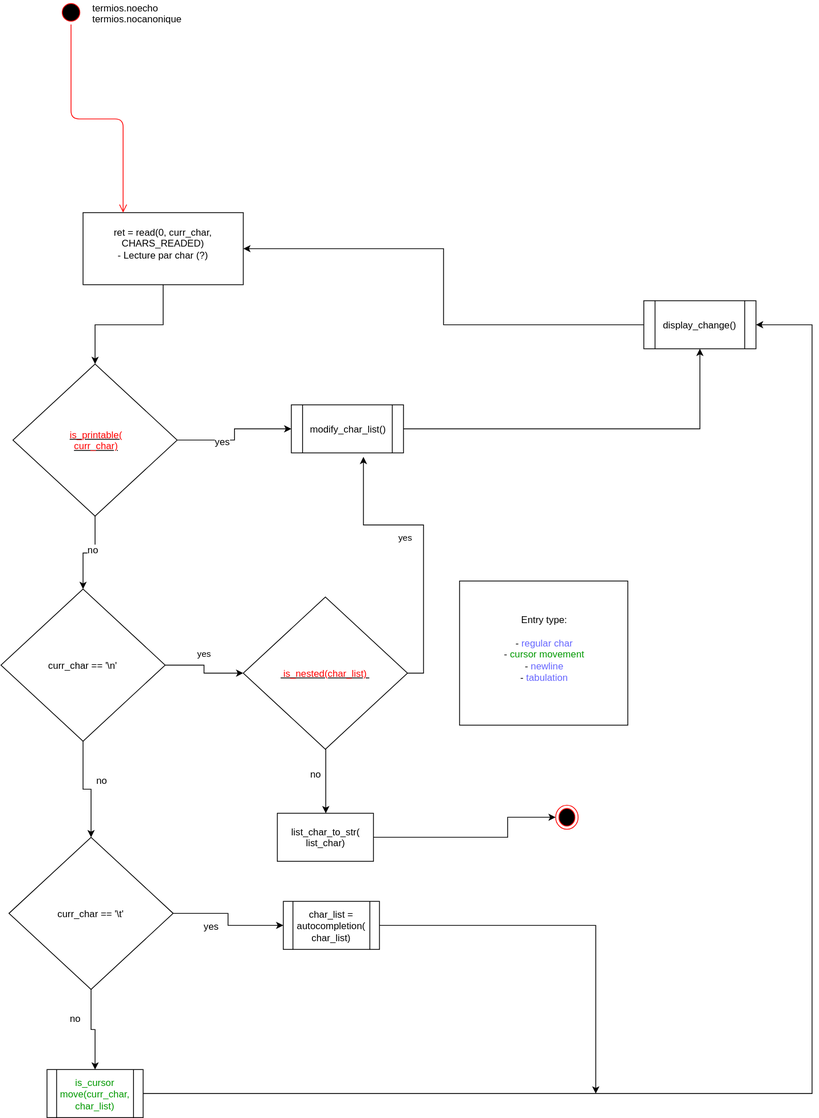
Above: key_manager_tmpsh.svg in poggioenzo/tmpsh (draw.io), before the change. Source tidied: cells renumbered, new cells last; positions are measured from the earlier drawing's top-left corner, leaving out a move shared by most shapes.
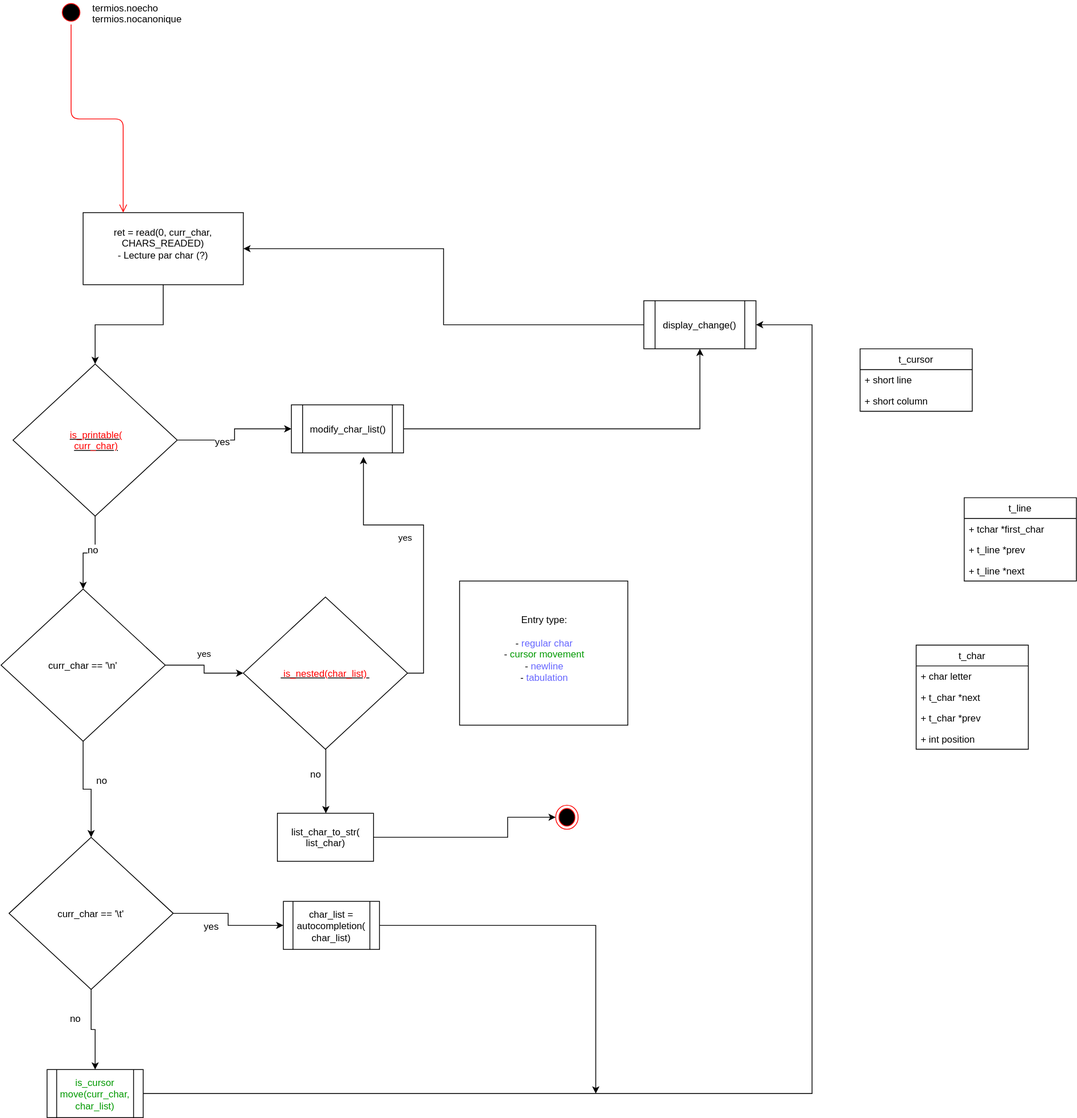
Above is the later version.

The edit, as a diff of the source:
```diff
@@ -133,5 +133,41 @@
     <mxCell id="36" value="&lt;font color=&quot;#009900&quot;&gt;is_cursor move(curr_char, char_list)&lt;/font&gt;" style="shape=process;whiteSpace=wrap;html=1;backgroundOutline=1;" parent="1" vertex="1">
       <mxGeometry x="57" y="1335" width="120" height="60" as="geometry" />
     </mxCell>
+    <mxCell id="37" value="t_char" style="swimlane;fontStyle=0;horizontal=1;startSize=26;fillColor=none;" parent="1" vertex="1">
+      <mxGeometry x="1142" y="805" width="140" height="130" as="geometry" />
+    </mxCell>
+    <mxCell id="38" value="+ char letter" style="text;strokeColor=none;fillColor=none;align=left;verticalAlign=top;spacingLeft=4;spacingRight=4;overflow=hidden;" parent="37" vertex="1">
+      <mxGeometry y="26" width="140" height="26" as="geometry" />
+    </mxCell>
+    <mxCell id="39" value="+ t_char *next " style="text;strokeColor=none;fillColor=none;align=left;verticalAlign=top;spacingLeft=4;spacingRight=4;overflow=hidden;" parent="37" vertex="1">
+      <mxGeometry y="52" width="140" height="26" as="geometry" />
+    </mxCell>
+    <mxCell id="40" value="+ t_char *prev " style="text;strokeColor=none;fillColor=none;align=left;verticalAlign=top;spacingLeft=4;spacingRight=4;overflow=hidden;" parent="37" vertex="1">
+      <mxGeometry y="78" width="140" height="26" as="geometry" />
+    </mxCell>
+    <mxCell id="41" value="+ int position" style="text;strokeColor=none;fillColor=none;align=left;verticalAlign=top;spacingLeft=4;spacingRight=4;overflow=hidden;" parent="37" vertex="1">
+      <mxGeometry y="104" width="140" height="26" as="geometry" />
+    </mxCell>
+    <mxCell id="42" value="t_line" style="swimlane;fontStyle=0;horizontal=1;startSize=26;fillColor=none;" parent="1" vertex="1">
+      <mxGeometry x="1202" y="621" width="140" height="104" as="geometry" />
+    </mxCell>
+    <mxCell id="43" value="+ tchar *first_char " style="text;strokeColor=none;fillColor=none;align=left;verticalAlign=top;spacingLeft=4;spacingRight=4;overflow=hidden;" parent="42" vertex="1">
+      <mxGeometry y="26" width="140" height="26" as="geometry" />
+    </mxCell>
+    <mxCell id="44" value="+ t_line *prev" style="text;strokeColor=none;fillColor=none;align=left;verticalAlign=top;spacingLeft=4;spacingRight=4;overflow=hidden;" parent="42" vertex="1">
+      <mxGeometry y="52" width="140" height="26" as="geometry" />
+    </mxCell>
+    <mxCell id="45" value="+ t_line *next" style="text;strokeColor=none;fillColor=none;align=left;verticalAlign=top;spacingLeft=4;spacingRight=4;overflow=hidden;" parent="42" vertex="1">
+      <mxGeometry y="78" width="140" height="26" as="geometry" />
+    </mxCell>
+    <mxCell id="46" value="t_cursor" style="swimlane;fontStyle=0;horizontal=1;startSize=26;fillColor=none;" parent="1" vertex="1">
+      <mxGeometry x="1072" y="435" width="140" height="78" as="geometry" />
+    </mxCell>
+    <mxCell id="47" value="+ short line" style="text;strokeColor=none;fillColor=none;align=left;verticalAlign=top;spacingLeft=4;spacingRight=4;overflow=hidden;" parent="46" vertex="1">
+      <mxGeometry y="26" width="140" height="26" as="geometry" />
+    </mxCell>
+    <mxCell id="48" value="+ short column" style="text;strokeColor=none;fillColor=none;align=left;verticalAlign=top;spacingLeft=4;spacingRight=4;overflow=hidden;" parent="46" vertex="1">
+      <mxGeometry y="52" width="140" height="26" as="geometry" />
+    </mxCell>
   </root>
 </mxGraphModel>
```
